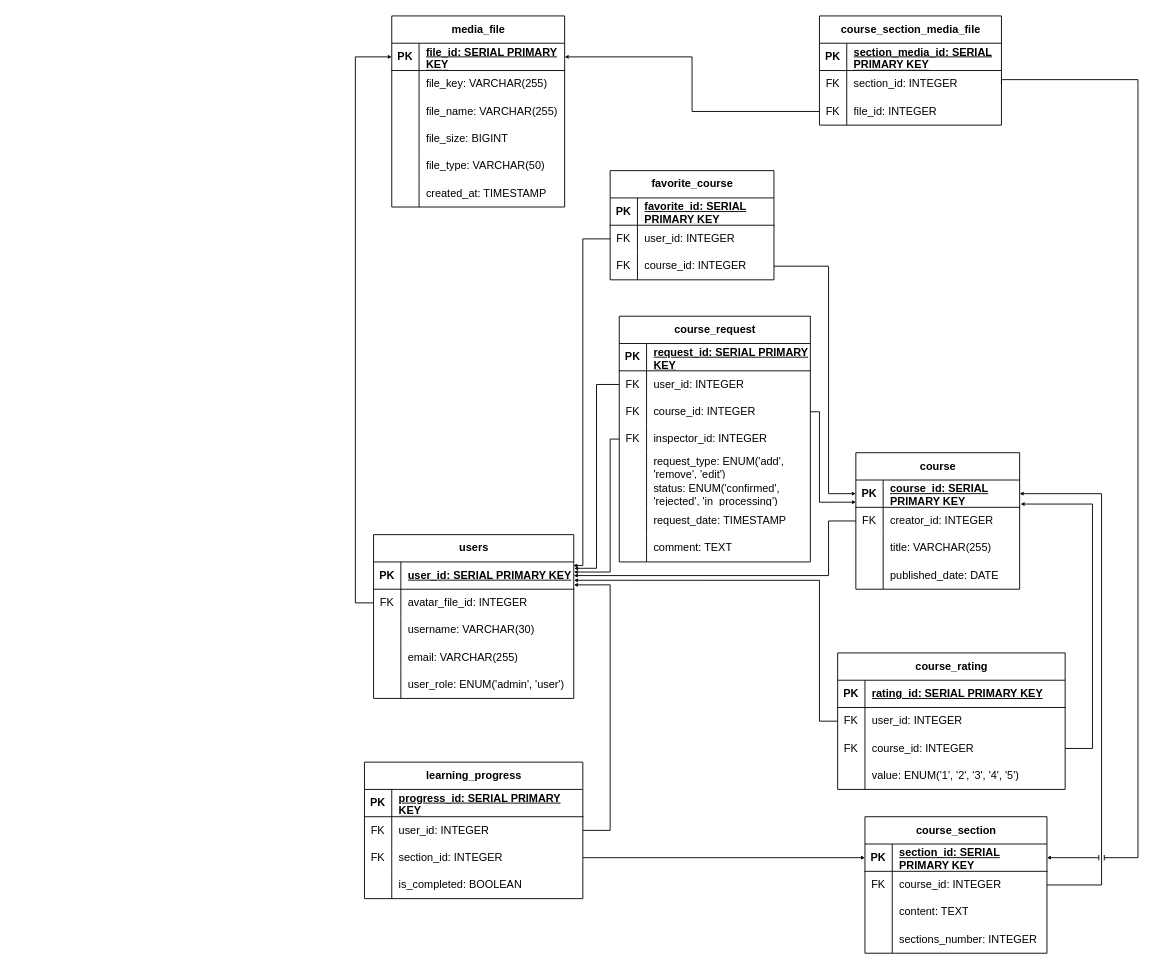
This is diagrams/Физическая модель базы данных (Physical database model)/Физическая модель БД.drawio from sahland/9.5-Team, a draw.io file, before an edit. Source tidied: cells renumbered, new cells numbered last; positions are measured from the earlier drawing's top-left corner, leaving out a move shared by most shapes. Both pictures are drawn from the tidied source at 91%, with x=0, y=0 at pixel (355, 15).
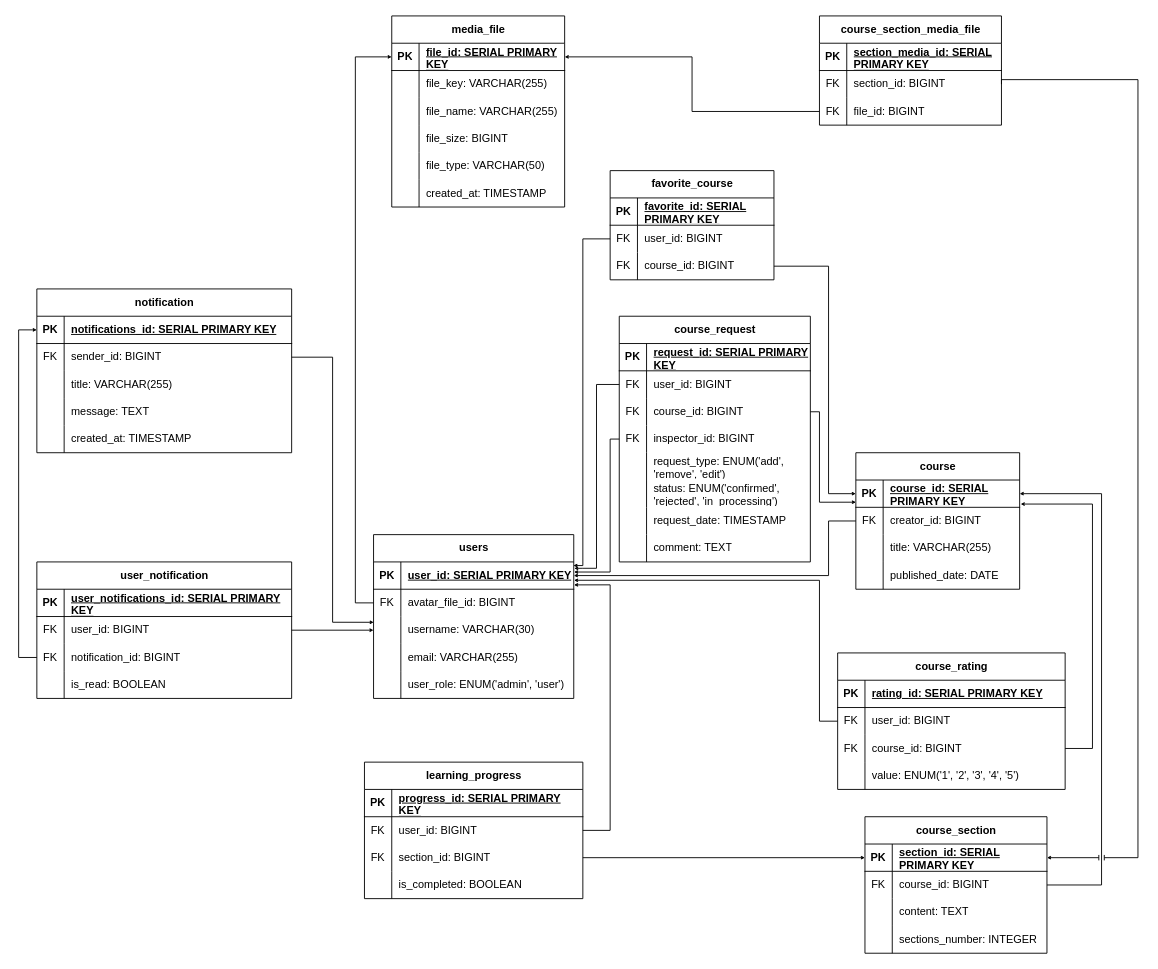
After the change.

Commit message (it also covers changes not shown here):
fix: diagrams add notification to er diagram, physical data and object diagram

The change refers to these unchanged cells:
```xml
<mxCell id="6" style="shape=tableRow;horizontal=0;startSize=0;swimlaneHead=0;swimlaneBody=0;fillColor=none;points=[[0,0.5],[1,0.5]];portConstraint=eastwest;top=0;left=0;right=0;bottom=0;" parent="2" vertex="1">
  <mxGeometry y="60" width="220" height="30" as="geometry" />
</mxCell>
<mxCell id="9" style="shape=tableRow;horizontal=0;startSize=0;swimlaneHead=0;swimlaneBody=0;fillColor=none;points=[[0,0.5],[1,0.5]];portConstraint=eastwest;top=0;left=0;right=0;bottom=0;" parent="2" vertex="1">
  <mxGeometry y="90" width="220" height="30" as="geometry" />
</mxCell>
<mxCell id="22" style="shape=tableRow;horizontal=0;startSize=0;swimlaneHead=0;swimlaneBody=0;fillColor=none;points=[[0,0.5],[1,0.5]];portConstraint=eastwest;top=0;left=0;right=0;bottom=0;" parent="18" vertex="1">
  <mxGeometry y="60" width="180" height="30" as="geometry" />
</mxCell>
<mxCell id="35" style="shape=tableRow;horizontal=0;startSize=0;swimlaneHead=0;swimlaneBody=0;fillColor=none;points=[[0,0.5],[1,0.5]];portConstraint=eastwest;top=0;left=0;right=0;bottom=0;" parent="31" vertex="1">
  <mxGeometry y="60" width="200" height="30" as="geometry" />
</mxCell>
<mxCell id="48" style="shape=tableRow;horizontal=0;startSize=0;swimlaneHead=0;swimlaneBody=0;fillColor=none;points=[[0,0.5],[1,0.5]];portConstraint=eastwest;top=0;left=0;right=0;bottom=0;" parent="44" vertex="1">
  <mxGeometry y="60" width="250" height="30" as="geometry" />
</mxCell>
<mxCell id="51" style="shape=tableRow;horizontal=0;startSize=0;swimlaneHead=0;swimlaneBody=0;fillColor=none;points=[[0,0.5],[1,0.5]];portConstraint=eastwest;top=0;left=0;right=0;bottom=0;" parent="44" vertex="1">
  <mxGeometry y="90" width="250" height="30" as="geometry" />
</mxCell>
<mxCell id="61" style="shape=tableRow;horizontal=0;startSize=0;swimlaneHead=0;swimlaneBody=0;fillColor=none;points=[[0,0.5],[1,0.5]];portConstraint=eastwest;top=0;left=0;right=0;bottom=0;" parent="57" vertex="1">
  <mxGeometry y="60" width="180" height="30" as="geometry" />
</mxCell>
<mxCell id="64" style="shape=tableRow;horizontal=0;startSize=0;swimlaneHead=0;swimlaneBody=0;fillColor=none;points=[[0,0.5],[1,0.5]];portConstraint=eastwest;top=0;left=0;right=0;bottom=0;" parent="57" vertex="1">
  <mxGeometry y="90" width="180" height="30" as="geometry" />
</mxCell>
<mxCell id="71" style="shape=tableRow;horizontal=0;startSize=0;swimlaneHead=0;swimlaneBody=0;fillColor=none;points=[[0,0.5],[1,0.5]];portConstraint=eastwest;top=0;left=0;right=0;bottom=0;" parent="67" vertex="1">
  <mxGeometry y="60" width="240" height="30" as="geometry" />
</mxCell>
<mxCell id="74" style="shape=tableRow;horizontal=0;startSize=0;swimlaneHead=0;swimlaneBody=0;fillColor=none;points=[[0,0.5],[1,0.5]];portConstraint=eastwest;top=0;left=0;right=0;bottom=0;" parent="67" vertex="1">
  <mxGeometry y="90" width="240" height="30" as="geometry" />
</mxCell>
<mxCell id="84" style="shape=tableRow;horizontal=0;startSize=0;swimlaneHead=0;swimlaneBody=0;fillColor=none;points=[[0,0.5],[1,0.5]];portConstraint=eastwest;top=0;left=0;right=0;bottom=0;" parent="80" vertex="1">
  <mxGeometry y="60" width="210" height="30" as="geometry" />
</mxCell>
<mxCell id="87" style="shape=tableRow;horizontal=0;startSize=0;swimlaneHead=0;swimlaneBody=0;fillColor=none;points=[[0,0.5],[1,0.5]];portConstraint=eastwest;top=0;left=0;right=0;bottom=0;" parent="80" vertex="1">
  <mxGeometry y="90" width="210" height="30" as="geometry" />
</mxCell>
<mxCell id="90" style="shape=tableRow;horizontal=0;startSize=0;swimlaneHead=0;swimlaneBody=0;fillColor=none;points=[[0,0.5],[1,0.5]];portConstraint=eastwest;top=0;left=0;right=0;bottom=0;" parent="80" vertex="1">
  <mxGeometry y="120" width="210" height="30" as="geometry" />
</mxCell>
<mxCell id="138" style="shape=tableRow;horizontal=0;startSize=0;swimlaneHead=0;swimlaneBody=0;fillColor=none;points=[[0,0.5],[1,0.5]];portConstraint=eastwest;top=0;left=0;right=0;bottom=0;" parent="134" vertex="1">
  <mxGeometry y="60" width="200" height="30" as="geometry" />
</mxCell>
<mxCell id="141" style="shape=tableRow;horizontal=0;startSize=0;swimlaneHead=0;swimlaneBody=0;fillColor=none;points=[[0,0.5],[1,0.5]];portConstraint=eastwest;top=0;left=0;right=0;bottom=0;" parent="134" vertex="1">
  <mxGeometry y="90" width="200" height="30" as="geometry" />
</mxCell>
```

The edit, as a diff of the source:
```diff
@@
-    <mxCell id="8" value="avatar_file_id: INTEGER" style="shape=partialRectangle;fillColor=none;top=0;left=0;bottom=0;right=0;align=left;spacingLeft=6;overflow=hidden;whiteSpace=wrap;html=1;" parent="6" vertex="1">
+    <mxCell id="8" value="avatar_file_id: BIGINT" style="shape=partialRectangle;fillColor=none;top=0;left=0;bottom=0;right=0;align=left;spacingLeft=6;overflow=hidden;whiteSpace=wrap;html=1;" parent="6" vertex="1">
       <mxGeometry x="30" width="190" height="30" as="geometry" />
     </mxCell>
@@
-    <mxCell id="24" value="creator_id: INTEGER" style="shape=partialRectangle;fillColor=none;top=0;left=0;bottom=0;right=0;align=left;spacingLeft=6;overflow=hidden;whiteSpace=wrap;html=1;" parent="22" vertex="1">
+    <mxCell id="24" value="creator_id: BIGINT" style="shape=partialRectangle;fillColor=none;top=0;left=0;bottom=0;right=0;align=left;spacingLeft=6;overflow=hidden;whiteSpace=wrap;html=1;" parent="22" vertex="1">
       <mxGeometry x="30" width="150" height="30" as="geometry" />
     </mxCell>
@@
-    <mxCell id="37" value="course_id: INTEGER" style="shape=partialRectangle;fillColor=none;top=0;left=0;bottom=0;right=0;align=left;spacingLeft=6;overflow=hidden;whiteSpace=wrap;html=1;" parent="35" vertex="1">
+    <mxCell id="37" value="course_id: BIGINT" style="shape=partialRectangle;fillColor=none;top=0;left=0;bottom=0;right=0;align=left;spacingLeft=6;overflow=hidden;whiteSpace=wrap;html=1;" parent="35" vertex="1">
       <mxGeometry x="30" width="170" height="30" as="geometry" />
     </mxCell>
@@
-    <mxCell id="50" value="user_id: INTEGER" style="shape=partialRectangle;fillColor=none;top=0;left=0;bottom=0;right=0;align=left;spacingLeft=6;overflow=hidden;whiteSpace=wrap;html=1;" parent="48" vertex="1">
+    <mxCell id="50" value="user_id: BIGINT" style="shape=partialRectangle;fillColor=none;top=0;left=0;bottom=0;right=0;align=left;spacingLeft=6;overflow=hidden;whiteSpace=wrap;html=1;" parent="48" vertex="1">
       <mxGeometry x="30" width="220" height="30" as="geometry" />
     </mxCell>
@@
-    <mxCell id="53" value="course_id: INTEGER" style="shape=partialRectangle;fillColor=none;top=0;left=0;bottom=0;right=0;align=left;spacingLeft=6;overflow=hidden;whiteSpace=wrap;html=1;" parent="51" vertex="1">
+    <mxCell id="53" value="course_id: BIGINT" style="shape=partialRectangle;fillColor=none;top=0;left=0;bottom=0;right=0;align=left;spacingLeft=6;overflow=hidden;whiteSpace=wrap;html=1;" parent="51" vertex="1">
       <mxGeometry x="30" width="220" height="30" as="geometry" />
     </mxCell>
@@
-    <mxCell id="63" value="user_id: INTEGER" style="shape=partialRectangle;fillColor=none;top=0;left=0;bottom=0;right=0;align=left;spacingLeft=6;overflow=hidden;whiteSpace=wrap;html=1;" parent="61" vertex="1">
+    <mxCell id="63" value="user_id: BIGINT" style="shape=partialRectangle;fillColor=none;top=0;left=0;bottom=0;right=0;align=left;spacingLeft=6;overflow=hidden;whiteSpace=wrap;html=1;" parent="61" vertex="1">
       <mxGeometry x="30" width="150" height="30" as="geometry" />
     </mxCell>
@@
-    <mxCell id="66" value="course_id: INTEGER" style="shape=partialRectangle;fillColor=none;top=0;left=0;bottom=0;right=0;align=left;spacingLeft=6;overflow=hidden;whiteSpace=wrap;html=1;" parent="64" vertex="1">
+    <mxCell id="66" value="course_id: BIGINT" style="shape=partialRectangle;fillColor=none;top=0;left=0;bottom=0;right=0;align=left;spacingLeft=6;overflow=hidden;whiteSpace=wrap;html=1;" parent="64" vertex="1">
       <mxGeometry x="30" width="150" height="30" as="geometry" />
     </mxCell>
@@
-    <mxCell id="73" value="user_id:&amp;nbsp;INTEGER" style="shape=partialRectangle;fillColor=none;top=0;left=0;bottom=0;right=0;align=left;spacingLeft=6;overflow=hidden;whiteSpace=wrap;html=1;" parent="71" vertex="1">
+    <mxCell id="73" value="user_id:&amp;nbsp;BIGINT" style="shape=partialRectangle;fillColor=none;top=0;left=0;bottom=0;right=0;align=left;spacingLeft=6;overflow=hidden;whiteSpace=wrap;html=1;" parent="71" vertex="1">
       <mxGeometry x="30" width="210" height="30" as="geometry" />
     </mxCell>
@@
-    <mxCell id="76" value="section_id:&amp;nbsp;INTEGER" style="shape=partialRectangle;fillColor=none;top=0;left=0;bottom=0;right=0;align=left;spacingLeft=6;overflow=hidden;whiteSpace=wrap;html=1;" parent="74" vertex="1">
+    <mxCell id="76" value="section_id:&amp;nbsp;BIGINT" style="shape=partialRectangle;fillColor=none;top=0;left=0;bottom=0;right=0;align=left;spacingLeft=6;overflow=hidden;whiteSpace=wrap;html=1;" parent="74" vertex="1">
       <mxGeometry x="30" width="210" height="30" as="geometry" />
     </mxCell>
@@
-    <mxCell id="86" value="user_id: INTEGER" style="shape=partialRectangle;fillColor=none;top=0;left=0;bottom=0;right=0;align=left;spacingLeft=6;overflow=hidden;whiteSpace=wrap;html=1;" parent="84" vertex="1">
+    <mxCell id="86" value="user_id: BIGINT" style="shape=partialRectangle;fillColor=none;top=0;left=0;bottom=0;right=0;align=left;spacingLeft=6;overflow=hidden;whiteSpace=wrap;html=1;" parent="84" vertex="1">
       <mxGeometry x="30" width="180" height="30" as="geometry" />
     </mxCell>
@@
-    <mxCell id="89" value="course_id: INTEGER" style="shape=partialRectangle;fillColor=none;top=0;left=0;bottom=0;right=0;align=left;spacingLeft=6;overflow=hidden;whiteSpace=wrap;html=1;" parent="87" vertex="1">
+    <mxCell id="89" value="course_id: BIGINT" style="shape=partialRectangle;fillColor=none;top=0;left=0;bottom=0;right=0;align=left;spacingLeft=6;overflow=hidden;whiteSpace=wrap;html=1;" parent="87" vertex="1">
       <mxGeometry x="30" width="180" height="30" as="geometry" />
     </mxCell>
@@
-    <mxCell id="92" value="inspector_id: INTEGER" style="shape=partialRectangle;fillColor=none;top=0;left=0;bottom=0;right=0;align=left;spacingLeft=6;overflow=hidden;whiteSpace=wrap;html=1;" parent="90" vertex="1">
+    <mxCell id="92" value="inspector_id: BIGINT" style="shape=partialRectangle;fillColor=none;top=0;left=0;bottom=0;right=0;align=left;spacingLeft=6;overflow=hidden;whiteSpace=wrap;html=1;" parent="90" vertex="1">
       <mxGeometry x="30" width="180" height="30" as="geometry" />
     </mxCell>
@@
-    <mxCell id="140" value="section_id: INTEGER" style="shape=partialRectangle;fillColor=none;top=0;left=0;bottom=0;right=0;align=left;spacingLeft=6;overflow=hidden;whiteSpace=wrap;html=1;" parent="138" vertex="1">
+    <mxCell id="140" value="section_id: BIGINT" style="shape=partialRectangle;fillColor=none;top=0;left=0;bottom=0;right=0;align=left;spacingLeft=6;overflow=hidden;whiteSpace=wrap;html=1;" parent="138" vertex="1">
       <mxGeometry x="30" width="170" height="30" as="geometry" />
     </mxCell>
@@
-    <mxCell id="143" value="file_id: INTEGER" style="shape=partialRectangle;fillColor=none;top=0;left=0;bottom=0;right=0;align=left;spacingLeft=6;overflow=hidden;whiteSpace=wrap;html=1;" parent="141" vertex="1">
+    <mxCell id="143" value="file_id: BIGINT" style="shape=partialRectangle;fillColor=none;top=0;left=0;bottom=0;right=0;align=left;spacingLeft=6;overflow=hidden;whiteSpace=wrap;html=1;" parent="141" vertex="1">
       <mxGeometry x="30" width="170" height="30" as="geometry" />
     </mxCell>
@@
+    <mxCell id="148" value="notification" style="shape=table;startSize=30;childLayout=tableLayout;rowLines=0;fontStyle=1;align=center;html=1;" parent="1" vertex="1">
+      <mxGeometry x="-350" y="300" width="280" height="180" as="geometry" />
+    </mxCell>
+    <mxCell id="149" style="shape=tableRow;horizontal=0;startSize=0;swimlaneHead=0;swimlaneBody=0;fillColor=none;points=[[0,0.5],[1,0.5]];portConstraint=eastwest;top=0;left=0;right=0;bottom=1;" parent="148" vertex="1">
+      <mxGeometry y="30" width="280" height="30" as="geometry" />
+    </mxCell>
+    <mxCell id="150" value="PK" style="shape=partialRectangle;fillColor=none;top=0;left=0;bottom=0;right=0;fontStyle=1;overflow=hidden;whiteSpace=wrap;html=1;" parent="149" vertex="1">
+      <mxGeometry width="30" height="30" as="geometry" />
+    </mxCell>
+    <mxCell id="151" value="notifications_id:&amp;nbsp;SERIAL PRIMARY KEY" style="shape=partialRectangle;fillColor=none;top=0;left=0;bottom=0;right=0;align=left;spacingLeft=6;fontStyle=5;overflow=hidden;whiteSpace=wrap;html=1;" parent="149" vertex="1">
+      <mxGeometry x="30" width="250" height="30" as="geometry" />
+    </mxCell>
+    <mxCell id="152" style="shape=tableRow;horizontal=0;startSize=0;swimlaneHead=0;swimlaneBody=0;fillColor=none;points=[[0,0.5],[1,0.5]];portConstraint=eastwest;top=0;left=0;right=0;bottom=0;" parent="148" vertex="1">
+      <mxGeometry y="60" width="280" height="30" as="geometry" />
+    </mxCell>
+    <mxCell id="153" value="FK" style="shape=partialRectangle;fillColor=none;top=0;left=0;bottom=0;right=0;overflow=hidden;whiteSpace=wrap;html=1;" parent="152" vertex="1">
+      <mxGeometry width="30" height="30" as="geometry" />
+    </mxCell>
+    <mxCell id="154" value="sender_id: BIGINT" style="shape=partialRectangle;fillColor=none;top=0;left=0;bottom=0;right=0;align=left;spacingLeft=6;overflow=hidden;whiteSpace=wrap;html=1;" parent="152" vertex="1">
+      <mxGeometry x="30" width="250" height="30" as="geometry" />
+    </mxCell>
+    <mxCell id="155" style="shape=tableRow;horizontal=0;startSize=0;swimlaneHead=0;swimlaneBody=0;fillColor=none;top=0;left=0;right=0;bottom=0;" parent="148" vertex="1">
+      <mxGeometry y="90" width="280" height="30" as="geometry" />
+    </mxCell>
+    <mxCell id="156" style="shape=partialRectangle;fillColor=none;top=0;left=0;bottom=0;right=0;overflow=hidden;whiteSpace=wrap;html=1;" parent="155" vertex="1">
+      <mxGeometry width="30" height="30" as="geometry" />
+    </mxCell>
+    <mxCell id="157" value="title: VARCHAR(255)" style="shape=partialRectangle;fillColor=none;top=0;left=0;bottom=0;right=0;align=left;spacingLeft=6;overflow=hidden;whiteSpace=wrap;html=1;" parent="155" vertex="1">
+      <mxGeometry x="30" width="250" height="30" as="geometry" />
+    </mxCell>
+    <mxCell id="158" style="shape=tableRow;horizontal=0;startSize=0;swimlaneHead=0;swimlaneBody=0;fillColor=none;top=0;left=0;right=0;bottom=0;" parent="148" vertex="1">
+      <mxGeometry y="120" width="280" height="30" as="geometry" />
+    </mxCell>
+    <mxCell id="159" style="shape=partialRectangle;fillColor=none;top=0;left=0;bottom=0;right=0;overflow=hidden;whiteSpace=wrap;html=1;" parent="158" vertex="1">
+      <mxGeometry width="30" height="30" as="geometry" />
+    </mxCell>
+    <mxCell id="160" value="message: TEXT" style="shape=partialRectangle;fillColor=none;top=0;left=0;bottom=0;right=0;align=left;spacingLeft=6;overflow=hidden;whiteSpace=wrap;html=1;" parent="158" vertex="1">
+      <mxGeometry x="30" width="250" height="30" as="geometry" />
+    </mxCell>
+    <mxCell id="161" style="shape=tableRow;horizontal=0;startSize=0;swimlaneHead=0;swimlaneBody=0;fillColor=none;top=0;left=0;right=0;bottom=0;" parent="148" vertex="1">
+      <mxGeometry y="150" width="280" height="30" as="geometry" />
+    </mxCell>
+    <mxCell id="162" style="shape=partialRectangle;fillColor=none;top=0;left=0;bottom=0;right=0;overflow=hidden;whiteSpace=wrap;html=1;" parent="161" vertex="1">
+      <mxGeometry width="30" height="30" as="geometry" />
+    </mxCell>
+    <mxCell id="163" value="created_at: TIMESTAMP" style="shape=partialRectangle;fillColor=none;top=0;left=0;bottom=0;right=0;align=left;spacingLeft=6;overflow=hidden;whiteSpace=wrap;html=1;" parent="161" vertex="1">
+      <mxGeometry x="30" width="250" height="30" as="geometry" />
+    </mxCell>
+    <mxCell id="164" value="user_notification" style="shape=table;startSize=30;childLayout=tableLayout;rowLines=0;fontStyle=1;align=center;html=1;" parent="1" vertex="1">
+      <mxGeometry x="-350" y="600" width="280" height="150" as="geometry" />
+    </mxCell>
+    <mxCell id="165" style="shape=tableRow;horizontal=0;startSize=0;swimlaneHead=0;swimlaneBody=0;fillColor=none;top=0;left=0;right=0;bottom=1;" parent="164" vertex="1">
+      <mxGeometry y="30" width="280" height="30" as="geometry" />
+    </mxCell>
+    <mxCell id="166" value="PK" style="shape=partialRectangle;fillColor=none;top=0;left=0;bottom=0;right=0;fontStyle=1;overflow=hidden;whiteSpace=wrap;html=1;" parent="165" vertex="1">
+      <mxGeometry width="30" height="30" as="geometry" />
+    </mxCell>
+    <mxCell id="167" value="&lt;span style=&quot;text-align: center; text-wrap: nowrap;&quot;&gt;user_notifications_id&lt;/span&gt;:&amp;nbsp;SERIAL PRIMARY KEY" style="shape=partialRectangle;fillColor=none;top=0;left=0;bottom=0;right=0;align=left;spacingLeft=6;fontStyle=5;overflow=hidden;whiteSpace=wrap;html=1;" parent="165" vertex="1">
+      <mxGeometry x="30" width="250" height="30" as="geometry" />
+    </mxCell>
+    <mxCell id="168" style="shape=tableRow;horizontal=0;startSize=0;swimlaneHead=0;swimlaneBody=0;fillColor=none;points=[[0,0.5],[1,0.5]];portConstraint=eastwest;top=0;left=0;right=0;bottom=0;" parent="164" vertex="1">
+      <mxGeometry y="60" width="280" height="30" as="geometry" />
+    </mxCell>
+    <mxCell id="169" value="FK" style="shape=partialRectangle;fillColor=none;top=0;left=0;bottom=0;right=0;overflow=hidden;whiteSpace=wrap;html=1;" parent="168" vertex="1">
+      <mxGeometry width="30" height="30" as="geometry" />
+    </mxCell>
+    <mxCell id="170" value="user_id: BIGINT" style="shape=partialRectangle;fillColor=none;top=0;left=0;bottom=0;right=0;align=left;spacingLeft=6;overflow=hidden;whiteSpace=wrap;html=1;" parent="168" vertex="1">
+      <mxGeometry x="30" width="250" height="30" as="geometry" />
+    </mxCell>
+    <mxCell id="171" style="shape=tableRow;horizontal=0;startSize=0;swimlaneHead=0;swimlaneBody=0;fillColor=none;points=[[0,0.5],[1,0.5]];portConstraint=eastwest;top=0;left=0;right=0;bottom=0;" parent="164" vertex="1">
+      <mxGeometry y="90" width="280" height="30" as="geometry" />
+    </mxCell>
+    <mxCell id="172" value="FK" style="shape=partialRectangle;fillColor=none;top=0;left=0;bottom=0;right=0;overflow=hidden;whiteSpace=wrap;html=1;" parent="171" vertex="1">
+      <mxGeometry width="30" height="30" as="geometry" />
+    </mxCell>
+    <mxCell id="173" value="notification_id: BIGINT" style="shape=partialRectangle;fillColor=none;top=0;left=0;bottom=0;right=0;align=left;spacingLeft=6;overflow=hidden;whiteSpace=wrap;html=1;" parent="171" vertex="1">
+      <mxGeometry x="30" width="250" height="30" as="geometry" />
+    </mxCell>
+    <mxCell id="174" style="shape=tableRow;horizontal=0;startSize=0;swimlaneHead=0;swimlaneBody=0;fillColor=none;top=0;left=0;right=0;bottom=0;" parent="164" vertex="1">
+      <mxGeometry y="120" width="280" height="30" as="geometry" />
+    </mxCell>
+    <mxCell id="175" style="shape=partialRectangle;fillColor=none;top=0;left=0;bottom=0;right=0;overflow=hidden;whiteSpace=wrap;html=1;" parent="174" vertex="1">
+      <mxGeometry width="30" height="30" as="geometry" />
+    </mxCell>
+    <mxCell id="176" value="is_read: BOOLEAN" style="shape=partialRectangle;fillColor=none;top=0;left=0;bottom=0;right=0;align=left;spacingLeft=6;overflow=hidden;whiteSpace=wrap;html=1;" parent="174" vertex="1">
+      <mxGeometry x="30" width="250" height="30" as="geometry" />
+    </mxCell>
+    <mxCell id="177" style="edgeStyle=orthogonalEdgeStyle;rounded=0;jettySize=auto;html=1;entryX=0;entryY=0.5;entryDx=0;entryDy=0;endSize=2;" parent="1" edge="1" source="171" target="149">
+      <mxGeometry relative="1" as="geometry" />
+    </mxCell>
+    <mxCell id="178" style="edgeStyle=orthogonalEdgeStyle;rounded=0;jettySize=auto;html=1;entryX=0;entryY=0.5;entryDx=0;entryDy=0;endSize=2;" parent="1" edge="1" source="168" target="9">
+      <mxGeometry relative="1" as="geometry" />
+    </mxCell>
+    <mxCell id="179" style="edgeStyle=orthogonalEdgeStyle;rounded=0;jettySize=auto;html=1;entryX=0.001;entryY=0.211;entryDx=0;entryDy=0;entryPerimeter=0;endSize=2;" parent="1" edge="1" source="152" target="9">
+      <mxGeometry relative="1" as="geometry" />
+    </mxCell>
```
